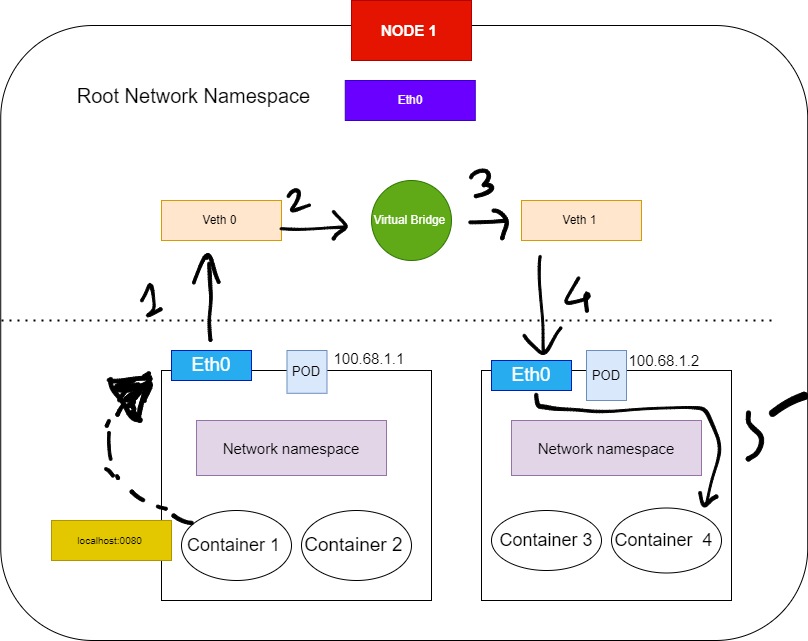
Before: Page_images/Pod-2-pod -networking.drawio.png, a diagram exported from draw.io (dikshita-git/RP_Study-on-Ingress-and-its-security-IPv4-IPv6-). Source tidied: cells renumbered, new cells last; positions are measured from the earlier drawing's top-left corner, leaving out a move shared by most shapes.
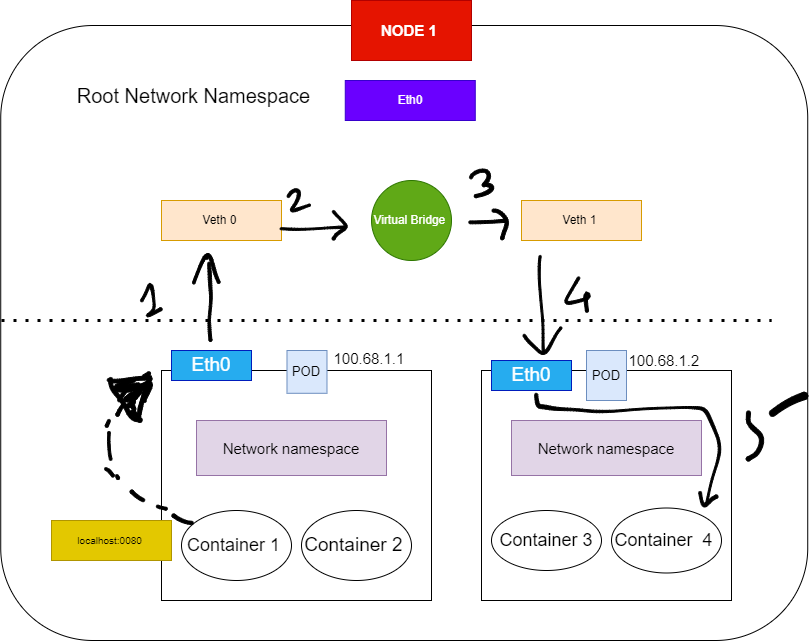
After the commit.

Diff of the diagram source:
```diff
@@ -158,7 +158,7 @@
     <mxCell id="53" value="Root Network Namespace" style="text;html=1;strokeColor=none;fillColor=none;align=center;verticalAlign=middle;whiteSpace=wrap;rounded=0;fontSize=20;" parent="1" vertex="1">
       <mxGeometry x="59.8" y="80" width="266.7" height="30" as="geometry" />
     </mxCell>
-    <mxCell id="54" style="endArrow=none;dashed=1;html=1;dashPattern=1 3;strokeWidth=2;rounded=0;" parent="1" edge="1">
+    <mxCell id="54" style="endArrow=none;dashed=1;html=1;dashPattern=1 3;strokeWidth=3;rounded=0;" parent="1" edge="1">
       <mxGeometry relative="1" as="geometry">
         <mxPoint x="1" y="320" as="sourcePoint" />
         <mxPoint x="771" y="320" as="targetPoint" />
```
